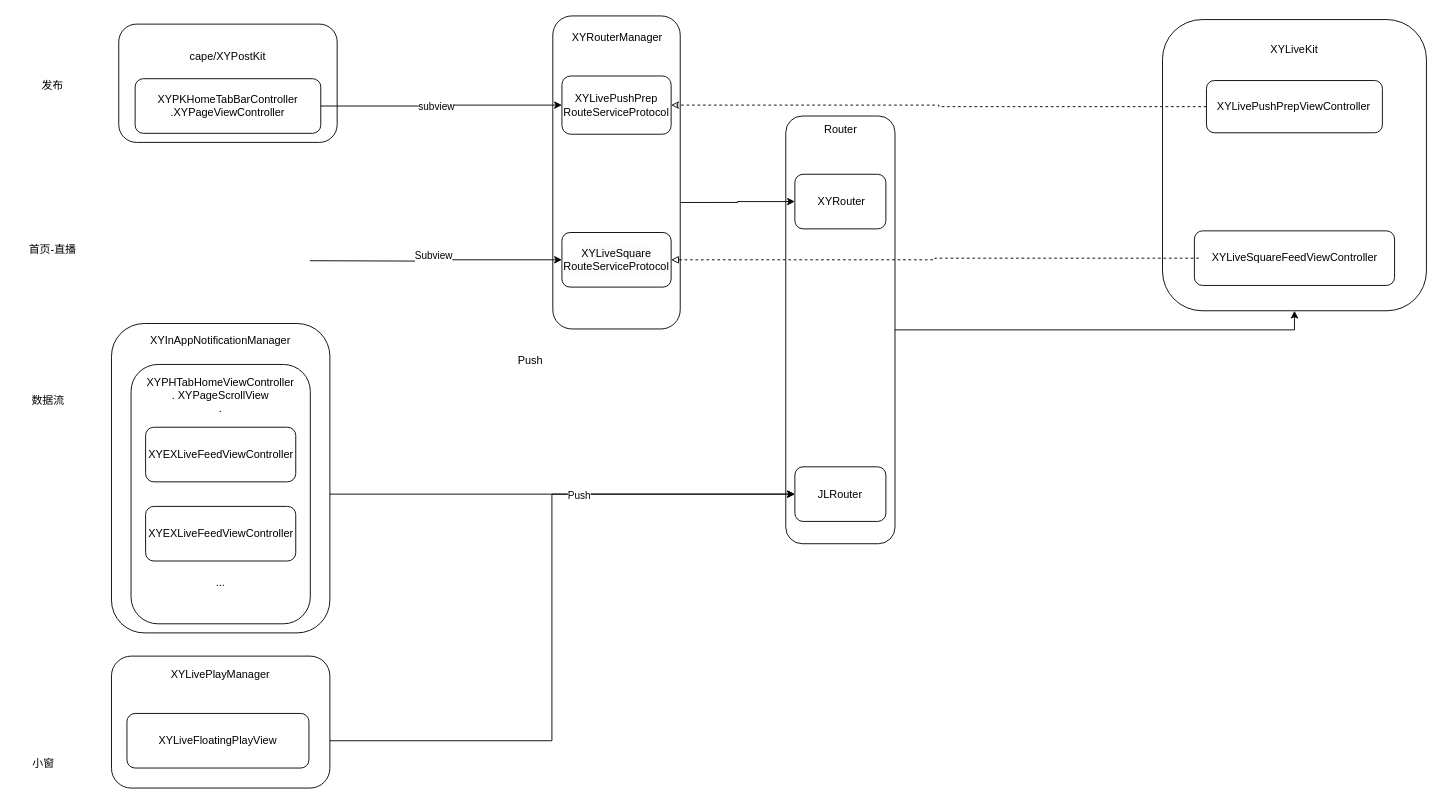
Earlier version of the draw.io diagram diagrams/未命名绘图.drawio (ygg29/UML). Source tidied: cells renumbered, new cells numbered last; positions are measured from the earlier drawing's top-left corner, leaving out a move shared by most shapes. Both pictures are drawn from the tidied source at 91%, with x=0, y=0 at pixel (15, 15).
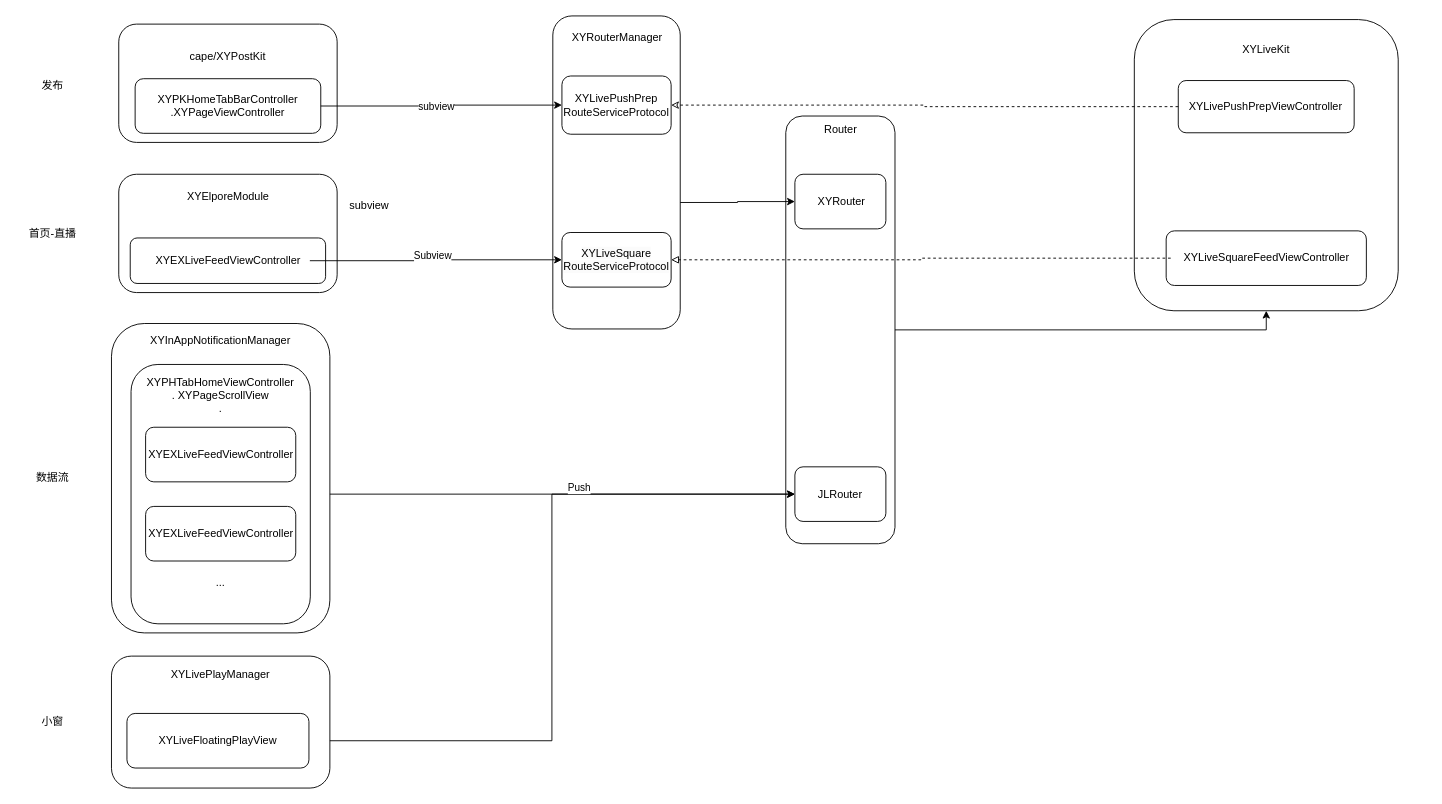
The same page after the edit.

The change refers to these unchanged cells:
```xml
<mxCell id="27" style="rounded=1;whiteSpace=wrap;html=1;align=center;verticalAlign=top;fontFamily=Helvetica;fontSize=12;fontColor=default;fillColor=none;gradientColor=none;" parent="26" vertex="1">
  <mxGeometry width="120" height="60" as="geometry" />
</mxCell>
<mxCell id="38" style="edgeStyle=orthogonalEdgeStyle;rounded=0;jettySize=auto;html=1;entryX=0;entryY=0.5;entryDx=0;entryDy=0;" parent="1" edge="1" source="52" target="29">
  <mxGeometry relative="1" as="geometry" />
</mxCell>
```

Diff of the diagram source:
```diff
@@
     <mxCell id="13" value="首页-直播" style="text;html=1;align=center;verticalAlign=middle;strokeColor=none;fillColor=none;fontSize=12;fontFamily=Helvetica;fontColor=default;" parent="1" vertex="1">
-      <mxGeometry y="242" width="80" height="30" as="geometry" />
+      <mxGeometry y="224" width="80" height="30" as="geometry" />
     </mxCell>
     <mxCell id="14" value="数据流" style="text;html=1;align=center;verticalAlign=middle;strokeColor=none;fillColor=none;fontSize=12;fontFamily=Helvetica;fontColor=default;" parent="1" vertex="1">
-      <mxGeometry x="5" y="408" width="60" height="30" as="geometry" />
+      <mxGeometry x="10" y="493" width="60" height="30" as="geometry" />
     </mxCell>
     <mxCell id="15" value="小窗" style="text;html=1;align=center;verticalAlign=middle;strokeColor=none;fillColor=none;fontSize=12;fontFamily=Helvetica;fontColor=default;" parent="1" vertex="1">
-      <mxGeometry x="5" y="806.5" width="50" height="30" as="geometry" />
+      <mxGeometry x="15" y="761" width="50" height="30" as="geometry" />
     </mxCell>
+    <mxCell id="55" style="group;" parent="1" vertex="1">
+      <mxGeometry x="113" y="174" width="310" height="130" as="geometry" />
+    </mxCell>
+    <mxCell id="56" value="subview" style="text;html=1;align=center;verticalAlign=middle;strokeColor=none;fillColor=none;fontSize=12;fontFamily=Helvetica;fontColor=default;" parent="55" vertex="1">
+      <mxGeometry x="240" y="20" width="70" height="30" as="geometry" />
+    </mxCell>
+    <mxCell id="57" style="group;" parent="55" vertex="1">
+      <mxGeometry width="240" height="130" as="geometry" />
+    </mxCell>
+    <mxCell id="58" style="rounded=1;whiteSpace=wrap;html=1;align=center;verticalAlign=top;fontFamily=Helvetica;fontSize=12;fontColor=default;fillColor=none;gradientColor=none;" parent="57" vertex="1">
+      <mxGeometry width="240" height="130" as="geometry" />
+    </mxCell>
+    <mxCell id="59" value="XYElporeModule" style="text;html=1;align=center;verticalAlign=middle;strokeColor=none;fillColor=none;fontSize=12;fontFamily=Helvetica;fontColor=default;" parent="57" vertex="1">
+      <mxGeometry x="65" y="10" width="110" height="30" as="geometry" />
+    </mxCell>
+    <mxCell id="60" style="rounded=1;whiteSpace=wrap;html=1;align=center;verticalAlign=top;fontFamily=Helvetica;fontSize=12;fontColor=default;fillColor=none;gradientColor=none;" parent="57" vertex="1">
+      <mxGeometry x="12.6" y="70" width="214.7" height="50" as="geometry" />
+    </mxCell>
+    <mxCell id="61" value="XYEXLiveFeedViewController" style="text;html=1;align=center;verticalAlign=middle;points=[];strokeColor=none;fillColor=none;fontSize=12;fontFamily=Helvetica;fontColor=default;" parent="57" vertex="1">
+      <mxGeometry x="30" y="80" width="180" height="30" as="geometry" />
+    </mxCell>
-    <mxCell id="16" style="edgeStyle=orthogonalEdgeStyle;rounded=0;jettySize=auto;html=1;entryX=0;entryY=0.5;entryDx=0;entryDy=0;fontFamily=Helvetica;fontSize=12;fontColor=default;" parent="1" edge="1" target="27">
-      <mxGeometry relative="1" as="geometry">
-        <mxPoint x="323" y="269" as="sourcePoint" />
-      </mxGeometry>
+    <mxCell id="16" style="edgeStyle=orthogonalEdgeStyle;rounded=0;jettySize=auto;html=1;entryX=0;entryY=0.5;entryDx=0;entryDy=0;fontFamily=Helvetica;fontSize=12;fontColor=default;" parent="1" edge="1" source="61" target="27">
+      <mxGeometry relative="1" as="geometry" />
     </mxCell>
@@
     <mxCell id="18" style="group;" parent="1" vertex="1">
-      <mxGeometry x="1260" y="4" width="290" height="440" as="geometry" />
+      <mxGeometry x="1229" y="4" width="290" height="440" as="geometry" />
     </mxCell>
@@
-    <mxCell id="37" value="Push" style="text;html=1;align=center;verticalAlign=middle;strokeColor=none;fillColor=none;" parent="1" vertex="1">
-      <mxGeometry x="540" y="364" width="50" height="30" as="geometry" />
-    </mxCell>
@@
     <mxCell id="39" value="Push" style="edgeLabel;html=1;align=center;verticalAlign=middle;" parent="38" vertex="1">
-      <mxGeometry x="0.41" y="-1" relative="1" as="geometry">
+      <mxGeometry x="0.41" y="7" relative="1" as="geometry">
         <mxPoint x="-1" as="offset" />
       </mxGeometry>
     </mxCell>
```
